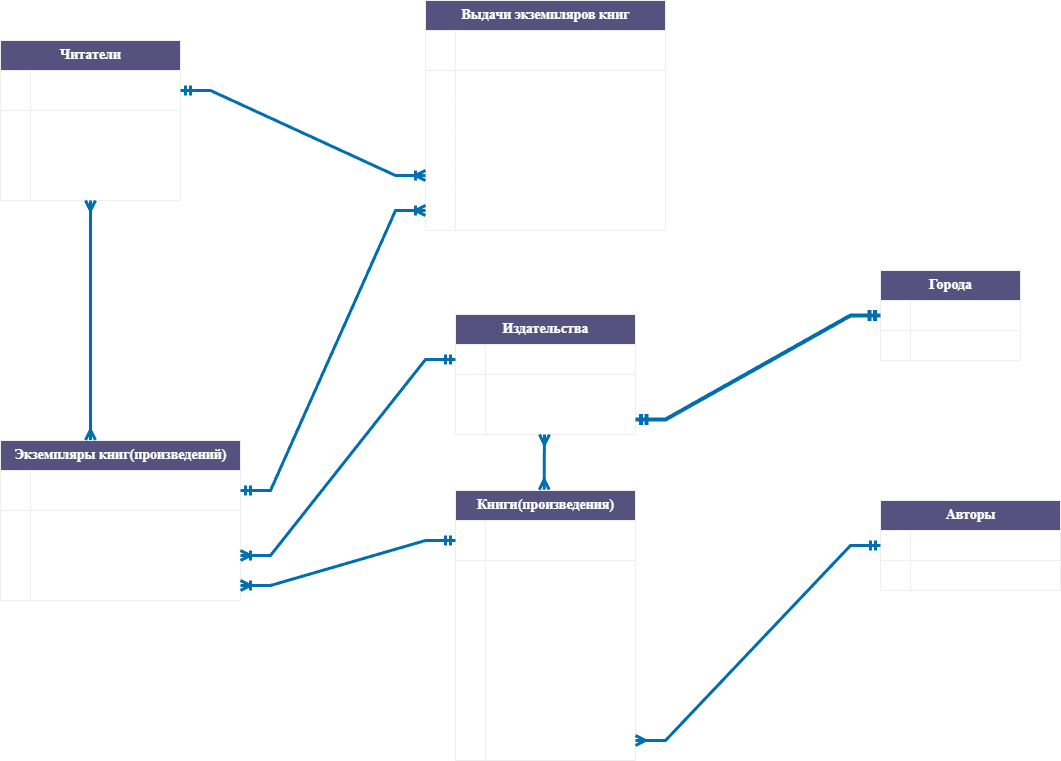
Before: homework_de_2-1_logical_db_design.png, a diagram exported from draw.io (SaintRoman77/homework_de_2-1_logical_db_design). Source tidied: cells renumbered, new cells last; positions are measured from the earlier drawing's top-left corner, leaving out a move shared by most shapes.
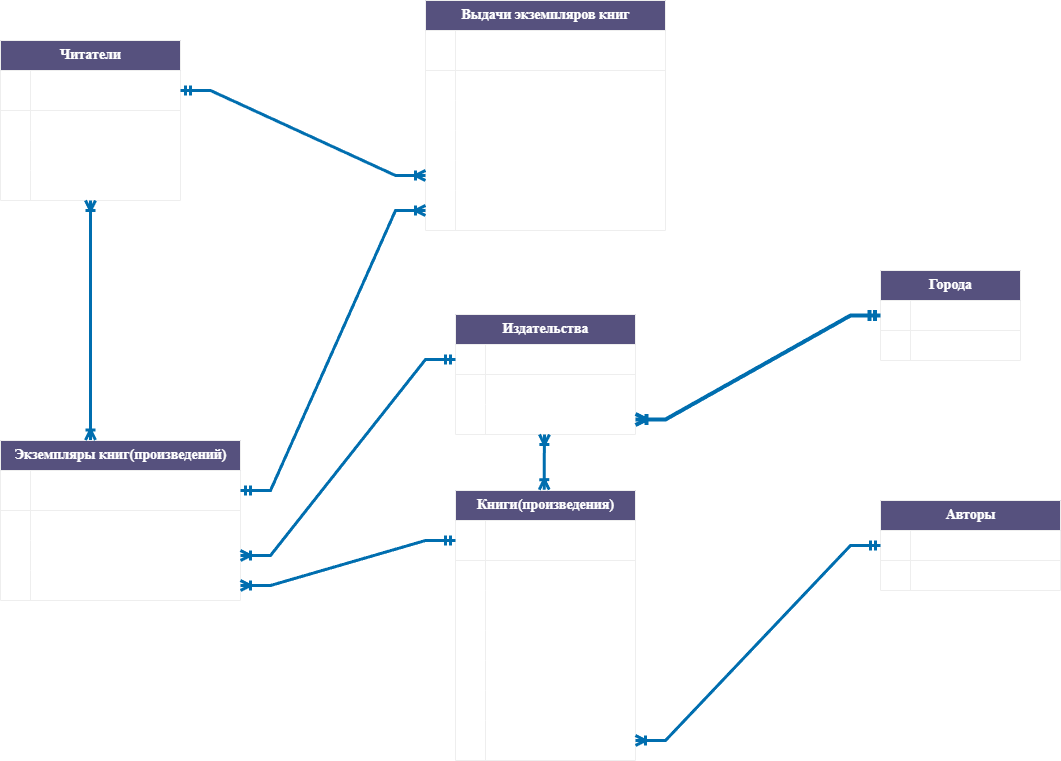
The same diagram one commit later.

The edit, as a diff of the source:
```diff
@@ -284,19 +284,19 @@
     <mxCell id="95" style="edgeStyle=entityRelationEdgeStyle;fontSize=12;html=1;endArrow=ERmandOne;startArrow=ERoneToMany;rounded=0;strokeColor=#006EAF;strokeWidth=3;fillColor=#1ba1e2;endFill=0;startFill=0;" parent="1" edge="1" source="64" target="16">
       <mxGeometry relative="1" as="geometry" />
     </mxCell>
-    <mxCell id="96" style="edgeStyle=entityRelationEdgeStyle;fontSize=12;html=1;endArrow=ERmany;startArrow=ERmandOne;rounded=0;strokeColor=#006EAF;strokeWidth=3;fillColor=#1ba1e2;endFill=0;" parent="1" edge="1" source="48" target="34">
+    <mxCell id="96" style="edgeStyle=entityRelationEdgeStyle;fontSize=12;html=1;endArrow=ERoneToMany;startArrow=ERmandOne;rounded=0;strokeColor=#006EAF;strokeWidth=3;fillColor=#1ba1e2;endFill=0;" parent="1" edge="1" source="48" target="34">
       <mxGeometry relative="1" as="geometry" />
     </mxCell>
-    <mxCell id="97" style="edgeStyle=entityRelationEdgeStyle;fontSize=12;html=1;endArrow=ERmandOne;startArrow=ERmandOne;rounded=0;strokeColor=#006EAF;fillColor=#1ba1e2;strokeWidth=4;startFill=0;" parent="1" edge="1" source="44" target="68">
+    <mxCell id="97" style="edgeStyle=entityRelationEdgeStyle;fontSize=12;html=1;endArrow=ERmandOne;startArrow=ERoneToMany;rounded=0;strokeColor=#006EAF;fillColor=#1ba1e2;strokeWidth=4;startFill=0;endFill=0;" parent="1" edge="1" source="44" target="68">
       <mxGeometry relative="1" as="geometry" />
     </mxCell>
-    <mxCell id="98" style="edgeStyle=orthogonalEdgeStyle;fontSize=12;html=1;endArrow=ERmany;startArrow=ERmany;rounded=0;strokeColor=#006EAF;strokeWidth=3;exitX=0.375;exitY=-0.003;exitDx=0;exitDy=0;exitPerimeter=0;fillColor=#1ba1e2;" parent="1" edge="1" source="54" target="2">
+    <mxCell id="98" style="edgeStyle=orthogonalEdgeStyle;fontSize=12;html=1;endArrow=ERoneToMany;startArrow=ERoneToMany;rounded=0;strokeColor=#006EAF;strokeWidth=3;exitX=0.375;exitY=-0.003;exitDx=0;exitDy=0;exitPerimeter=0;fillColor=#1ba1e2;startFill=0;endFill=0;" parent="1" edge="1" source="54" target="2">
       <mxGeometry relative="1" as="geometry" />
     </mxCell>
     <mxCell id="99" style="edgeStyle=entityRelationEdgeStyle;fontSize=12;html=1;endArrow=ERoneToMany;startArrow=ERmandOne;rounded=0;strokeColor=#006EAF;strokeWidth=3;fillColor=#1ba1e2;" parent="1" edge="1" source="38" target="61">
       <mxGeometry relative="1" as="geometry" />
     </mxCell>
-    <mxCell id="100" style="edgeStyle=orthogonalEdgeStyle;fontSize=12;html=1;endArrow=ERmany;startArrow=ERmany;rounded=0;strokeColor=#006EAF;strokeWidth=3;exitX=0.493;exitY=-0.003;exitDx=0;exitDy=0;fillColor=#1ba1e2;exitPerimeter=0;" parent="1" edge="1" source="15">
+    <mxCell id="100" style="edgeStyle=orthogonalEdgeStyle;fontSize=12;html=1;endArrow=ERoneToMany;startArrow=ERoneToMany;rounded=0;strokeColor=#006EAF;strokeWidth=3;exitX=0.493;exitY=-0.003;exitDx=0;exitDy=0;fillColor=#1ba1e2;exitPerimeter=0;startFill=0;endFill=0;" parent="1" edge="1" source="15">
       <mxGeometry relative="1" as="geometry">
         <mxPoint x="544" y="434" as="targetPoint" />
       </mxGeometry>
```
